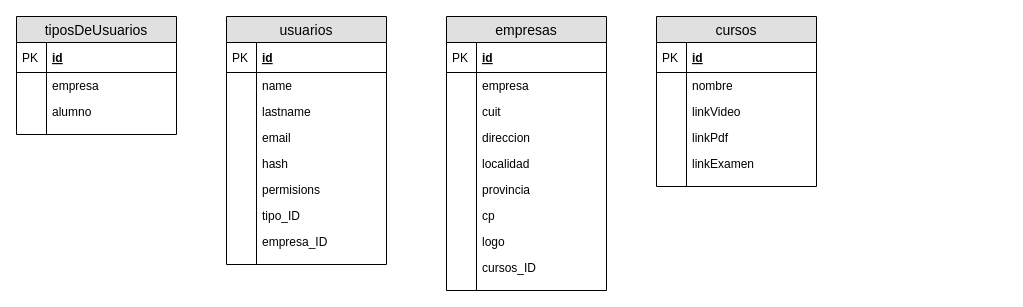
The draw.io diagram Untitled Diagram.drawio in guilledp/Proyecto, before the edit. Source tidied: cells renumbered, new cells numbered last; positions are measured from the earlier drawing's top-left corner, leaving out a move shared by most shapes. Both pictures are drawn from the tidied source at 100%, with x=0, y=0 at pixel (16, 16).
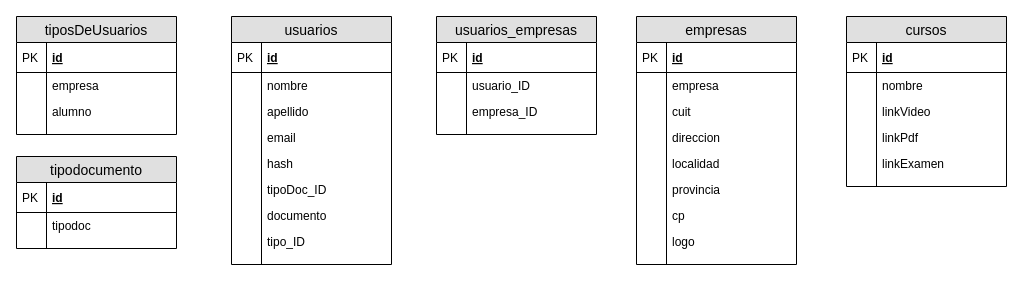
After the change.

Change to the diagram source:
```diff
@@
     <mxCell id="2" value="usuarios" style="swimlane;fontStyle=0;horizontal=1;startSize=26;fillColor=#e0e0e0;swimlaneFillColor=#ffffff;align=center;fontSize=14;" parent="1" vertex="1">
-      <mxGeometry x="210" width="160" height="248" as="geometry" />
+      <mxGeometry x="215" width="160" height="248" as="geometry" />
     </mxCell>
@@
-    <mxCell id="5" value="name" style="shape=partialRectangle;top=0;left=0;right=0;bottom=0;align=left;verticalAlign=top;fillColor=none;spacingLeft=34;spacingRight=4;overflow=hidden;fontSize=12;" parent="2" vertex="1">
+    <mxCell id="5" value="nombre" style="shape=partialRectangle;top=0;left=0;right=0;bottom=0;align=left;verticalAlign=top;fillColor=none;spacingLeft=34;spacingRight=4;overflow=hidden;fontSize=12;" parent="2" vertex="1">
       <mxGeometry y="56" width="160" height="26" as="geometry" />
     </mxCell>
@@
-    <mxCell id="7" value="lastname" style="shape=partialRectangle;top=0;left=0;right=0;bottom=0;align=left;verticalAlign=top;fillColor=none;spacingLeft=34;spacingRight=4;overflow=hidden;fontSize=12;" parent="2" vertex="1">
+    <mxCell id="7" value="apellido" style="shape=partialRectangle;top=0;left=0;right=0;bottom=0;align=left;verticalAlign=top;fillColor=none;spacingLeft=34;spacingRight=4;overflow=hidden;fontSize=12;" parent="2" vertex="1">
       <mxGeometry y="82" width="160" height="26" as="geometry" />
     </mxCell>
@@
-    <mxCell id="13" value="permisions" style="shape=partialRectangle;top=0;left=0;right=0;bottom=0;align=left;verticalAlign=top;fillColor=none;spacingLeft=34;spacingRight=4;overflow=hidden;fontSize=12;" parent="2" vertex="1">
-      <mxGeometry y="160" width="160" height="26" as="geometry" />
-    </mxCell>
-    <mxCell id="14" style="shape=partialRectangle;top=0;left=0;bottom=0;fillColor=none;align=left;verticalAlign=top;spacingLeft=4;spacingRight=4;overflow=hidden;fontSize=12;" parent="13" vertex="1">
-      <mxGeometry width="30" height="26" as="geometry" />
-    </mxCell>
+    <mxCell id="64" value="tipoDoc_ID" style="shape=partialRectangle;top=0;left=0;right=0;bottom=0;align=left;verticalAlign=top;fillColor=none;spacingLeft=34;spacingRight=4;overflow=hidden;fontSize=12;" parent="2" vertex="1">
+      <mxGeometry y="160" width="160" height="26" as="geometry" />
+    </mxCell>
+    <mxCell id="65" style="shape=partialRectangle;top=0;left=0;bottom=0;fillColor=none;align=left;verticalAlign=top;spacingLeft=4;spacingRight=4;overflow=hidden;fontSize=12;" parent="64" vertex="1">
+      <mxGeometry width="30" height="26" as="geometry" />
+    </mxCell>
+    <mxCell id="66" value="documento" style="shape=partialRectangle;top=0;left=0;right=0;bottom=0;align=left;verticalAlign=top;fillColor=none;spacingLeft=34;spacingRight=4;overflow=hidden;fontSize=12;" parent="2" vertex="1">
+      <mxGeometry y="186" width="160" height="26" as="geometry" />
+    </mxCell>
+    <mxCell id="67" style="shape=partialRectangle;top=0;left=0;bottom=0;fillColor=none;align=left;verticalAlign=top;spacingLeft=4;spacingRight=4;overflow=hidden;fontSize=12;" parent="66" vertex="1">
+      <mxGeometry width="30" height="26" as="geometry" />
+    </mxCell>
     <mxCell id="15" value="tipo_ID" style="shape=partialRectangle;top=0;left=0;right=0;bottom=0;align=left;verticalAlign=top;fillColor=none;spacingLeft=34;spacingRight=4;overflow=hidden;fontSize=12;" parent="2" vertex="1">
-      <mxGeometry y="186" width="160" height="26" as="geometry" />
+      <mxGeometry y="212" width="160" height="26" as="geometry" />
     </mxCell>
@@
-    <mxCell id="17" value="empresa_ID" style="shape=partialRectangle;top=0;left=0;right=0;bottom=0;align=left;verticalAlign=top;fillColor=none;spacingLeft=34;spacingRight=4;overflow=hidden;fontSize=12;" parent="2" vertex="1">
-      <mxGeometry y="212" width="160" height="26" as="geometry" />
-    </mxCell>
-    <mxCell id="18" style="shape=partialRectangle;top=0;left=0;bottom=0;fillColor=none;align=left;verticalAlign=top;spacingLeft=4;spacingRight=4;overflow=hidden;fontSize=12;" parent="17" vertex="1">
-      <mxGeometry width="30" height="26" as="geometry" />
-    </mxCell>
@@
     <mxCell id="30" value="cursos" style="swimlane;fontStyle=0;horizontal=1;startSize=26;fillColor=#e0e0e0;swimlaneFillColor=#ffffff;align=center;fontSize=14;" parent="1" vertex="1">
-      <mxGeometry x="640" width="160" height="170" as="geometry" />
+      <mxGeometry x="830" width="160" height="170" as="geometry" />
     </mxCell>
@@
     <mxCell id="43" value="empresas" style="swimlane;fontStyle=0;horizontal=1;startSize=26;fillColor=#e0e0e0;swimlaneFillColor=#ffffff;align=center;fontSize=14;" parent="1" vertex="1">
-      <mxGeometry x="430" width="160" height="274" as="geometry" />
+      <mxGeometry x="620" width="160" height="248" as="geometry" />
     </mxCell>
@@
-    <mxCell id="60" value="cursos_ID" style="shape=partialRectangle;top=0;left=0;right=0;bottom=0;align=left;verticalAlign=top;fillColor=none;spacingLeft=34;spacingRight=4;overflow=hidden;fontSize=12;" parent="43" vertex="1">
-      <mxGeometry y="238" width="160" height="26" as="geometry" />
-    </mxCell>
-    <mxCell id="61" style="shape=partialRectangle;top=0;left=0;bottom=0;fillColor=none;align=left;verticalAlign=top;spacingLeft=4;spacingRight=4;overflow=hidden;fontSize=12;" parent="60" vertex="1">
-      <mxGeometry width="30" height="26" as="geometry" />
-    </mxCell>
     <mxCell id="62" style="shape=partialRectangle;top=0;left=0;right=0;bottom=0;align=left;verticalAlign=top;fillColor=none;spacingLeft=34;spacingRight=4;overflow=hidden;fontSize=12;" parent="43" vertex="1">
-      <mxGeometry y="264" width="160" height="10" as="geometry" />
+      <mxGeometry y="238" width="160" height="10" as="geometry" />
     </mxCell>
@@
+    <mxCell id="68" value="usuarios_empresas" style="swimlane;fontStyle=0;horizontal=1;startSize=26;fillColor=#e0e0e0;swimlaneFillColor=#ffffff;align=center;fontSize=14;" parent="1" vertex="1">
+      <mxGeometry x="420" width="160" height="118" as="geometry" />
+    </mxCell>
+    <mxCell id="69" value="id" style="shape=partialRectangle;top=0;left=0;right=0;bottom=1;align=left;verticalAlign=middle;fillColor=none;spacingLeft=34;spacingRight=4;overflow=hidden;fontStyle=5;fontSize=12;" parent="68" vertex="1">
+      <mxGeometry y="26" width="160" height="30" as="geometry" />
+    </mxCell>
+    <mxCell id="70" value="PK" style="shape=partialRectangle;top=0;left=0;bottom=0;fillColor=none;align=left;verticalAlign=middle;spacingLeft=4;spacingRight=4;overflow=hidden;fontSize=12;" parent="69" vertex="1">
+      <mxGeometry width="30" height="30" as="geometry" />
+    </mxCell>
+    <mxCell id="71" value="usuario_ID" style="shape=partialRectangle;top=0;left=0;right=0;bottom=0;align=left;verticalAlign=top;fillColor=none;spacingLeft=34;spacingRight=4;overflow=hidden;fontSize=12;" parent="68" vertex="1">
+      <mxGeometry y="56" width="160" height="26" as="geometry" />
+    </mxCell>
+    <mxCell id="72" style="shape=partialRectangle;top=0;left=0;bottom=0;fillColor=none;align=left;verticalAlign=top;spacingLeft=4;spacingRight=4;overflow=hidden;fontSize=12;" parent="71" vertex="1">
+      <mxGeometry width="30" height="26" as="geometry" />
+    </mxCell>
+    <mxCell id="17" value="empresa_ID" style="shape=partialRectangle;top=0;left=0;right=0;bottom=0;align=left;verticalAlign=top;fillColor=none;spacingLeft=34;spacingRight=4;overflow=hidden;fontSize=12;" parent="68" vertex="1">
+      <mxGeometry y="82" width="160" height="26" as="geometry" />
+    </mxCell>
+    <mxCell id="73" style="shape=partialRectangle;top=0;left=0;bottom=0;fillColor=none;align=left;verticalAlign=top;spacingLeft=4;spacingRight=4;overflow=hidden;fontSize=12;" parent="17" vertex="1">
+      <mxGeometry width="30" height="26" as="geometry" />
+    </mxCell>
+    <mxCell id="74" style="shape=partialRectangle;top=0;left=0;right=0;bottom=0;align=left;verticalAlign=top;fillColor=none;spacingLeft=34;spacingRight=4;overflow=hidden;fontSize=12;" parent="68" vertex="1">
+      <mxGeometry y="108" width="160" height="10" as="geometry" />
+    </mxCell>
+    <mxCell id="75" style="shape=partialRectangle;top=0;left=0;bottom=0;fillColor=none;align=left;verticalAlign=top;spacingLeft=4;spacingRight=4;overflow=hidden;fontSize=12;" parent="74" vertex="1">
+      <mxGeometry width="30" height="10" as="geometry" />
+    </mxCell>
+    <mxCell id="76" value="tipodocumento" style="swimlane;fontStyle=0;horizontal=1;startSize=26;fillColor=#e0e0e0;swimlaneFillColor=#ffffff;align=center;fontSize=14;" parent="1" vertex="1">
+      <mxGeometry y="140" width="160" height="92" as="geometry" />
+    </mxCell>
+    <mxCell id="77" value="id" style="shape=partialRectangle;top=0;left=0;right=0;bottom=1;align=left;verticalAlign=middle;fillColor=none;spacingLeft=34;spacingRight=4;overflow=hidden;fontStyle=5;fontSize=12;" parent="76" vertex="1">
+      <mxGeometry y="26" width="160" height="30" as="geometry" />
+    </mxCell>
+    <mxCell id="78" value="PK" style="shape=partialRectangle;top=0;left=0;bottom=0;fillColor=none;align=left;verticalAlign=middle;spacingLeft=4;spacingRight=4;overflow=hidden;fontSize=12;" parent="77" vertex="1">
+      <mxGeometry width="30" height="30" as="geometry" />
+    </mxCell>
+    <mxCell id="79" value="tipodoc" style="shape=partialRectangle;top=0;left=0;right=0;bottom=0;align=left;verticalAlign=top;fillColor=none;spacingLeft=34;spacingRight=4;overflow=hidden;fontSize=12;" parent="76" vertex="1">
+      <mxGeometry y="56" width="160" height="26" as="geometry" />
+    </mxCell>
+    <mxCell id="80" style="shape=partialRectangle;top=0;left=0;bottom=0;fillColor=none;align=left;verticalAlign=top;spacingLeft=4;spacingRight=4;overflow=hidden;fontSize=12;" parent="79" vertex="1">
+      <mxGeometry width="30" height="26" as="geometry" />
+    </mxCell>
+    <mxCell id="81" style="shape=partialRectangle;top=0;left=0;right=0;bottom=0;align=left;verticalAlign=top;fillColor=none;spacingLeft=34;spacingRight=4;overflow=hidden;fontSize=12;" parent="76" vertex="1">
+      <mxGeometry y="82" width="160" height="10" as="geometry" />
+    </mxCell>
+    <mxCell id="82" style="shape=partialRectangle;top=0;left=0;bottom=0;fillColor=none;align=left;verticalAlign=top;spacingLeft=4;spacingRight=4;overflow=hidden;fontSize=12;" parent="81" vertex="1">
+      <mxGeometry width="30" height="10" as="geometry" />
+    </mxCell>
```
